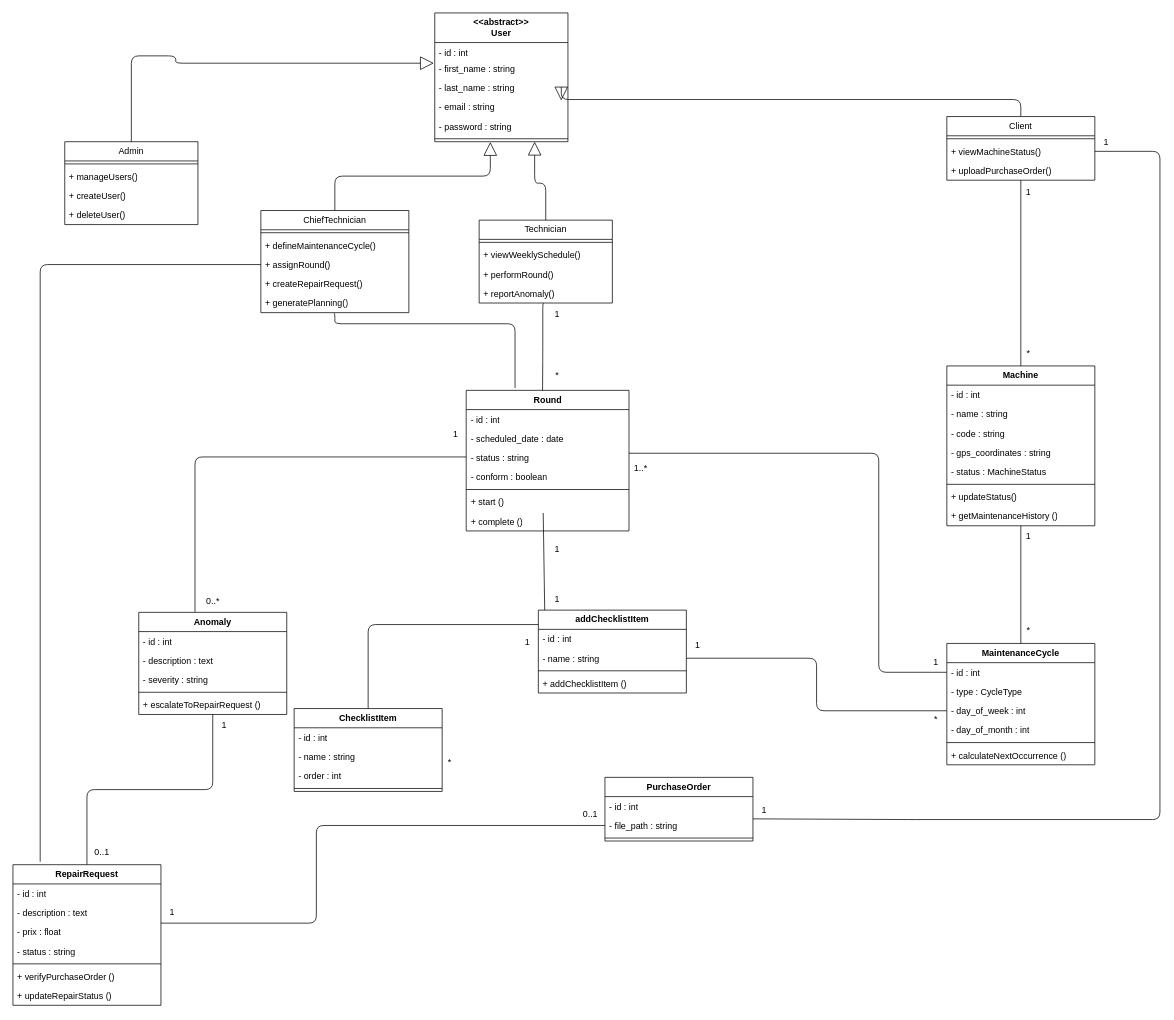
Earlier version of the draw.io diagram UML/cmms_class_diagram.drawio (reda-guemry/MAINTORA). Source tidied: cells renumbered, new cells numbered last; positions are measured from the earlier drawing's top-left corner, leaving out a move shared by most shapes. Both pictures are drawn from the tidied source at 74%, with x=0, y=0 at pixel (13, 13).
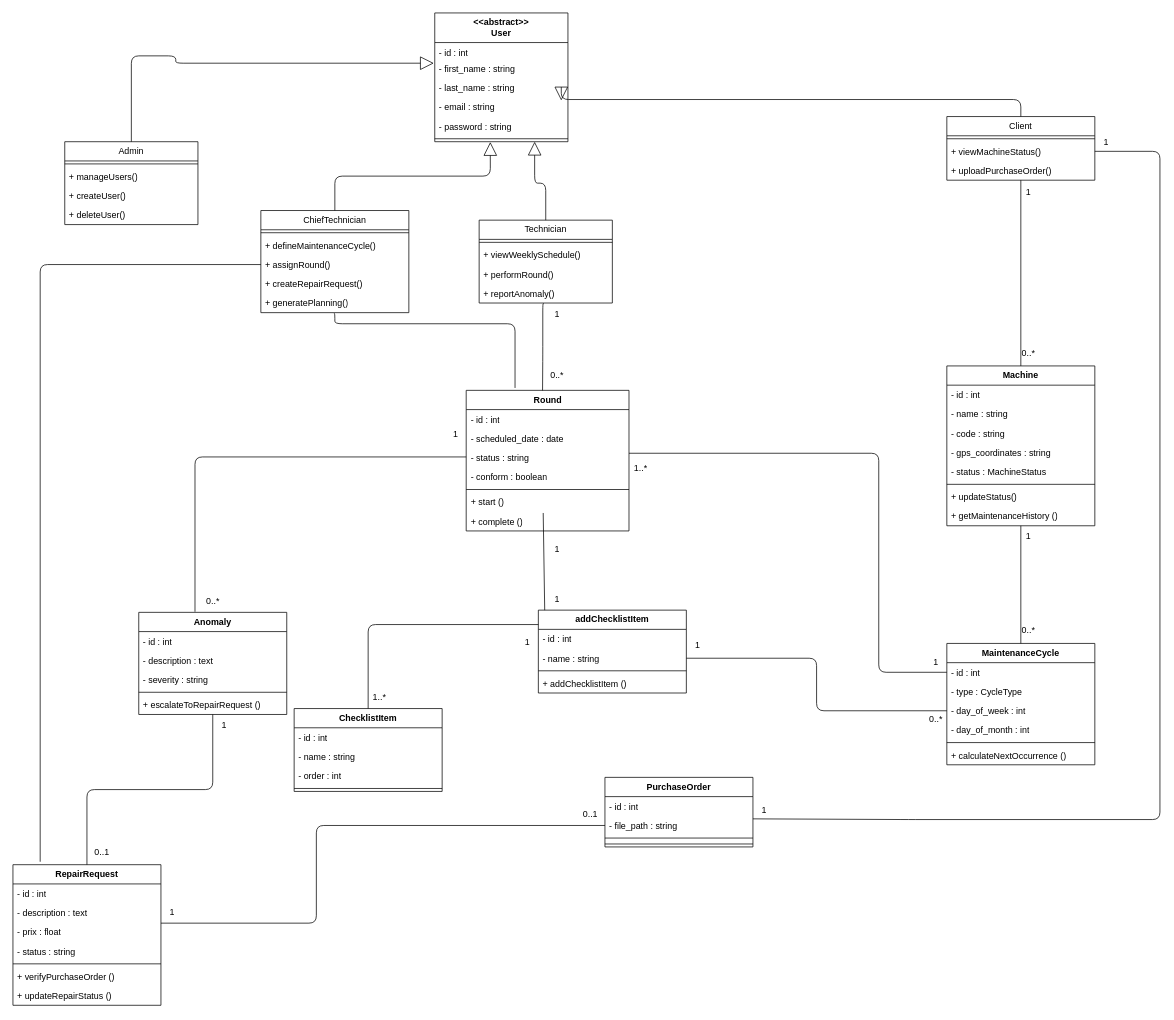
The same page after the edit.

Commit message (it also covers changes not shown here):
modifier sur les relation

What changed in the source:
```diff
@@
     <mxCell id="77" value="PurchaseOrder" style="swimlane;fontStyle=1;horizontal=1;startSize=26;fillColor=#ffffff;strokeColor=#000000;whiteSpace=wrap;html=1;" parent="1" vertex="1">
-      <mxGeometry x="800" y="1033" width="200" height="86" as="geometry" />
+      <mxGeometry x="800" y="1033" width="200" height="94" as="geometry" />
     </mxCell>
@@
+    <mxCell id="120" style="line;strokeWidth=1;fillColor=none;align=left;verticalAlign=middle;spacingTop=-1;spacingLeft=3;spacingRight=3;labelPosition=right;strokeColor=inherit;" parent="77" vertex="1">
+      <mxGeometry y="86" width="200" height="8" as="geometry" />
+    </mxCell>
@@
-    <mxCell id="86" value="*" style="text;html=1;align=center;verticalAlign=middle;strokeColor=none;fillColor=none;" parent="1" vertex="1">
-      <mxGeometry x="1357" y="445" width="30" height="30" as="geometry" />
+    <mxCell id="86" value="0..*" style="text;html=1;align=center;verticalAlign=middle;strokeColor=none;fillColor=none;" parent="1" vertex="1">
+      <mxGeometry x="1352" y="445" width="40" height="30" as="geometry" />
     </mxCell>
@@
-    <mxCell id="90" value="*" style="text;html=1;align=center;verticalAlign=middle;strokeColor=none;fillColor=none;" parent="1" vertex="1">
-      <mxGeometry x="1357" y="820" width="30" height="30" as="geometry" />
+    <mxCell id="90" value="0..*" style="text;html=1;align=center;verticalAlign=middle;strokeColor=none;fillColor=none;" parent="1" vertex="1">
+      <mxGeometry x="1352" y="820" width="40" height="30" as="geometry" />
     </mxCell>
@@
-    <mxCell id="93" value="*" style="text;html=1;align=center;verticalAlign=middle;strokeColor=none;fillColor=none;" parent="1" vertex="1">
-      <mxGeometry x="720" y="475" width="30" height="30" as="geometry" />
+    <mxCell id="93" value="0..*" style="text;html=1;align=center;verticalAlign=middle;strokeColor=none;fillColor=none;" parent="1" vertex="1">
+      <mxGeometry x="715" y="475" width="40" height="30" as="geometry" />
     </mxCell>
@@
-    <mxCell id="98" value="*" style="text;html=1;align=center;verticalAlign=middle;strokeColor=none;fillColor=none;" parent="1" vertex="1">
-      <mxGeometry x="575" y="998" width="30" height="30" as="geometry" />
+    <mxCell id="98" value="1..*" style="text;html=1;align=center;verticalAlign=middle;strokeColor=none;fillColor=none;" parent="1" vertex="1">
+      <mxGeometry x="475" y="910" width="40" height="30" as="geometry" />
     </mxCell>
@@
-    <mxCell id="112" value="*" style="text;html=1;align=center;verticalAlign=middle;strokeColor=none;fillColor=none;" parent="1" vertex="1">
-      <mxGeometry x="1232" y="940" width="30" height="30" as="geometry" />
+    <mxCell id="112" value="0..*" style="text;html=1;align=center;verticalAlign=middle;strokeColor=none;fillColor=none;" parent="1" vertex="1">
+      <mxGeometry x="1227" y="940" width="40" height="30" as="geometry" />
     </mxCell>
```
